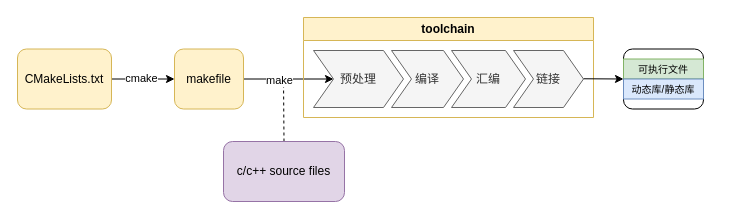
Before: cmake_tutorial.drawio in oksep/diagrams-material, a draw.io diagram. Source tidied: cells renumbered, new cells numbered last; positions are measured from the earlier drawing's top-left corner, leaving out a move shared by most shapes. Both pictures are drawn from the tidied source at 100%, with x=0, y=0 at pixel (17, 17).
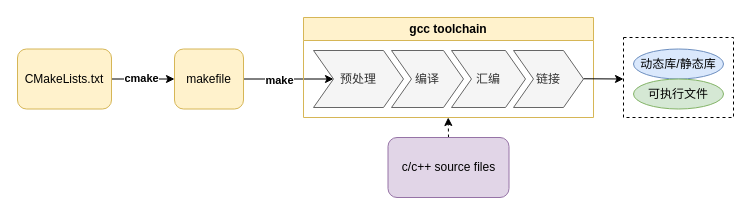
The same diagram, later.

Unchanged cells that the change refers to:
```xml
<mxCell id="4" style="edgeStyle=orthogonalEdgeStyle;rounded=0;jettySize=auto;html=1;exitX=1;exitY=0.5;exitDx=0;exitDy=0;" parent="1" edge="1" source="6" target="9">
  <mxGeometry relative="1" as="geometry" />
</mxCell>
<mxCell id="7" style="edgeStyle=orthogonalEdgeStyle;rounded=0;jettySize=auto;html=1;exitX=1;exitY=0.5;exitDx=0;exitDy=0;" parent="1" edge="1" source="9" target="15">
  <mxGeometry relative="1" as="geometry" />
</mxCell>
<mxCell id="18" value="链接" style="shape=step;perimeter=stepPerimeter;fixedSize=1;points=[];whiteSpace=wrap;html=1;fillColor=#f5f5f5;fontColor=#333333;strokeColor=#666666;" parent="14" vertex="1">
  <mxGeometry x="210" y="33" width="70" height="57" as="geometry" />
</mxCell>
```

Diff of the diagram source:
```diff
@@
-    <mxCell id="2" style="edgeStyle=orthogonalEdgeStyle;rounded=0;jettySize=auto;html=1;exitX=0.5;exitY=0;exitDx=0;exitDy=0;dashed=1;" parent="1" edge="1" source="3">
-      <mxGeometry relative="1" as="geometry">
-        <mxPoint x="266" y="60" as="targetPoint" />
-      </mxGeometry>
-    </mxCell>
+    <mxCell id="20" style="rounded=0;whiteSpace=wrap;html=1;dashed=1;fillColor=none;" parent="1" vertex="1">
+      <mxGeometry x="606" y="20" width="110" height="80" as="geometry" />
+    </mxCell>
+    <mxCell id="21" style="edgeStyle=orthogonalEdgeStyle;rounded=0;jettySize=auto;html=1;exitX=0.5;exitY=0;exitDx=0;exitDy=0;dashed=1;" parent="1" edge="1" source="3">
+      <mxGeometry relative="1" as="geometry">
+        <mxPoint x="430.7" y="100" as="targetPoint" />
+      </mxGeometry>
+    </mxCell>
     <mxCell id="3" value="c/c++ source files" style="rounded=1;whiteSpace=wrap;html=1;fillColor=#e1d5e7;strokeColor=#9673a6;" parent="1" vertex="1">
-      <mxGeometry x="206" y="124" width="121" height="60" as="geometry" />
+      <mxGeometry x="370.5" y="120" width="121" height="60" as="geometry" />
     </mxCell>
@@
-    <mxCell id="5" value="cmake" style="edgeLabel;html=1;align=center;verticalAlign=middle;" parent="4" vertex="1">
+    <mxCell id="5" value="cmake" style="edgeLabel;html=1;align=center;verticalAlign=middle;fontStyle=1;" parent="4" vertex="1">
       <mxGeometry x="-0.09" y="1" relative="1" as="geometry" />
     </mxCell>
@@
-    <mxCell id="8" value="make" style="edgeLabel;html=1;align=center;verticalAlign=middle;" parent="7" vertex="1">
+    <mxCell id="8" value="make" style="edgeLabel;html=1;align=center;verticalAlign=middle;fontStyle=1;" parent="7" vertex="1">
       <mxGeometry x="-0.23" relative="1" as="geometry">
         <mxPoint y="1" as="offset" />
       </mxGeometry>
     </mxCell>
@@
-    <mxCell id="10" style="group;" parent="1" vertex="1">
-      <mxGeometry x="606" y="31.5" width="80" height="60" as="geometry" />
-    </mxCell>
-    <mxCell id="11" value="&lt;div&gt;&lt;br&gt;&lt;/div&gt;" style="rounded=1;whiteSpace=wrap;html=1;" parent="10" vertex="1">
-      <mxGeometry width="80" height="60" as="geometry" />
-    </mxCell>
-    <mxCell id="12" value="可执行文件" style="rounded=0;whiteSpace=wrap;html=1;fontSize=10;fillColor=#d5e8d4;strokeColor=#82b366;" parent="10" vertex="1">
-      <mxGeometry y="10" width="80" height="20" as="geometry" />
-    </mxCell>
-    <mxCell id="13" value="动态库/静态库" style="rounded=0;whiteSpace=wrap;html=1;fontSize=10;fillColor=#dae8fc;strokeColor=#6c8ebf;" parent="10" vertex="1">
-      <mxGeometry y="30" width="80" height="20" as="geometry" />
-    </mxCell>
-    <mxCell id="14" value="toolchain" style="swimlane;horizontal=1;fillColor=#fff2cc;strokeColor=#d6b656;stackBorder=10;align=center;whiteSpace=wrap;html=1;" parent="1" vertex="1">
+    <mxCell id="14" value="gcc toolchain" style="swimlane;horizontal=1;fillColor=#fff2cc;strokeColor=#d6b656;stackBorder=10;align=center;whiteSpace=wrap;html=1;" parent="1" vertex="1">
       <mxGeometry x="286" width="290" height="100" as="geometry" />
     </mxCell>
@@
-    <mxCell id="19" style="endArrow=classic;html=1;rounded=0;exitX=1.003;exitY=0.496;exitDx=0;exitDy=0;exitPerimeter=0;entryX=0;entryY=1;entryDx=0;entryDy=0;" parent="1" edge="1" source="18" target="12">
-      <mxGeometry relative="1" as="geometry" />
+    <mxCell id="19" style="endArrow=classic;html=1;rounded=0;exitX=1.003;exitY=0.496;exitDx=0;exitDy=0;exitPerimeter=0;entryX=0;entryY=1;entryDx=0;entryDy=0;" parent="1" edge="1" source="18">
+      <mxGeometry relative="1" as="geometry">
+        <mxPoint x="606" y="61.5" as="targetPoint" />
+      </mxGeometry>
     </mxCell>
+    <mxCell id="13" value="动态库/静态库" style="shape=ellipse;html=1;dashed=0;whiteSpace=wrap;perimeter=ellipsePerimeter;fillColor=#dae8fc;strokeColor=#6c8ebf;" parent="1" vertex="1">
+      <mxGeometry x="616" y="31.5" width="90" height="30" as="geometry" />
+    </mxCell>
+    <mxCell id="12" value="可执行文件" style="shape=ellipse;html=1;dashed=0;whiteSpace=wrap;perimeter=ellipsePerimeter;fillColor=#d5e8d4;strokeColor=#82b366;" parent="1" vertex="1">
+      <mxGeometry x="616" y="61.5" width="90" height="30" as="geometry" />
+    </mxCell>
```
